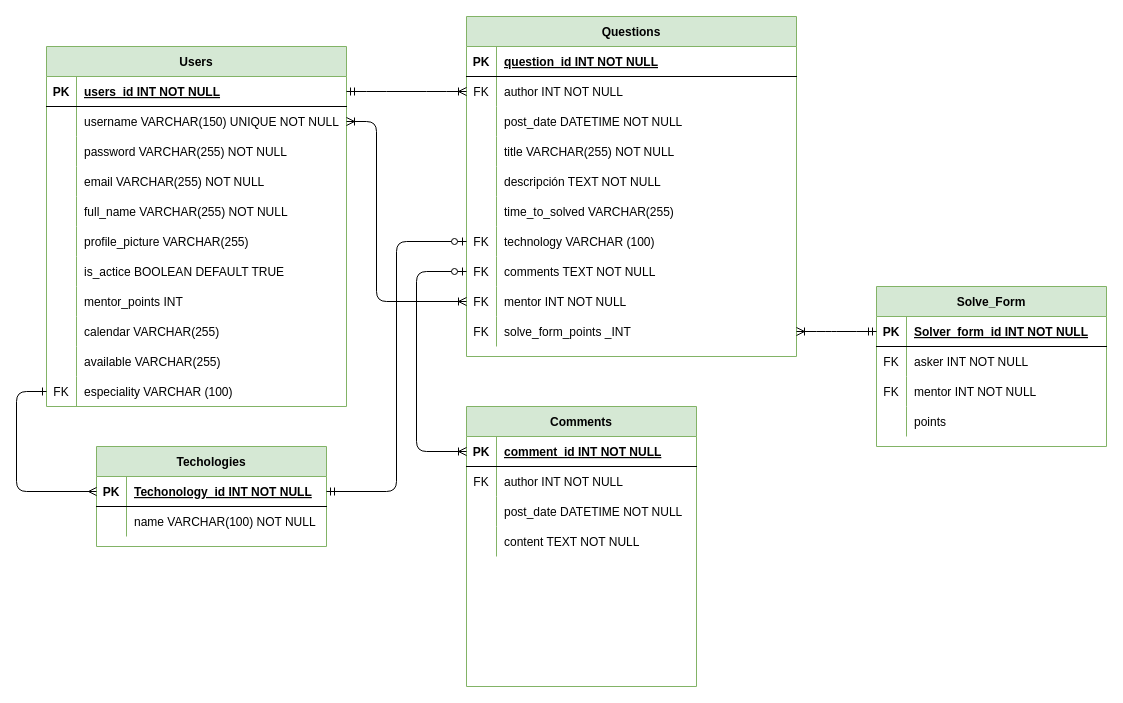
This is ERM/psociety erm.drawio from P-Society-Hackaton-Platzi/hackaton-platzi-master-ERM, a draw.io file, before an edit. Source tidied: cells renumbered, new cells numbered last; positions are measured from the earlier drawing's top-left corner, leaving out a move shared by most shapes. Both pictures are drawn from the tidied source at 100%, with x=0, y=0 at pixel (16, 16).
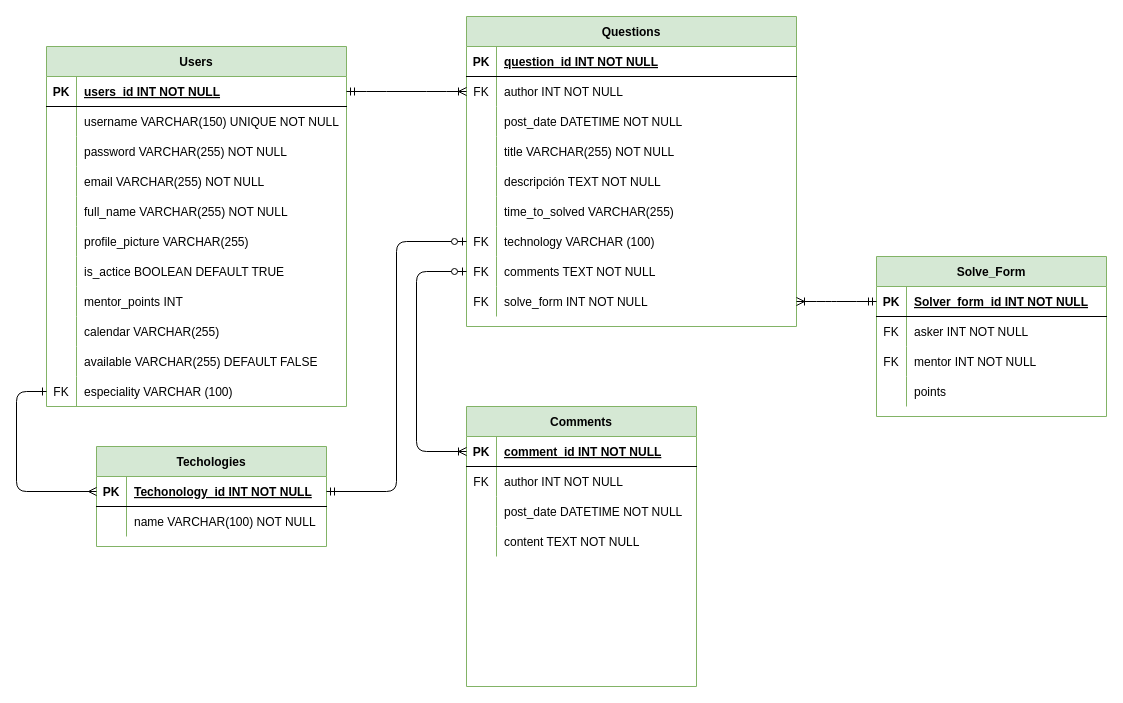
The same diagram, later.

The change refers to these unchanged cells:
```xml
<mxCell id="6" style="shape=partialRectangle;fillColor=none;top=0;left=0;bottom=0;right=0;points=[[0,0.5],[1,0.5]];portConstraint=eastwest;" parent="2" vertex="1">
  <mxGeometry y="60" width="300" height="30" as="geometry" />
</mxCell>
<mxCell id="30" style="shape=partialRectangle;fillColor=none;top=0;left=0;bottom=0;right=0;" parent="2" vertex="1">
  <mxGeometry y="300" width="300" height="30" as="geometry" />
</mxCell>
```

Diff of the diagram source:
```diff
@@
-    <mxCell id="32" value="available VARCHAR(255)" style="shape=partialRectangle;fillColor=none;top=0;left=0;bottom=0;right=0;align=left;spacingLeft=6;overflow=hidden;" parent="30" vertex="1">
+    <mxCell id="32" value="available VARCHAR(255) DEFAULT FALSE" style="shape=partialRectangle;fillColor=none;top=0;left=0;bottom=0;right=0;align=left;spacingLeft=6;overflow=hidden;" parent="30" vertex="1">
       <mxGeometry x="30" width="270" height="30" as="geometry" />
     </mxCell>
@@
     <mxCell id="43" value="Questions" style="shape=table;startSize=30;childLayout=tableLayout;rowLines=0;fontStyle=1;align=center;fillColor=#d5e8d4;strokeColor=#82b366;" parent="1" vertex="1">
-      <mxGeometry x="450" width="330" height="340" as="geometry" />
+      <mxGeometry x="450" width="330" height="310" as="geometry" />
     </mxCell>
@@
-    <mxCell id="68" style="shape=partialRectangle;fillColor=none;top=0;left=0;bottom=0;right=0;points=[[0,0.5],[1,0.5]];portConstraint=eastwest;gradientColor=#ffffff;" parent="43" vertex="1">
-      <mxGeometry y="270" width="330" height="30" as="geometry" />
-    </mxCell>
-    <mxCell id="69" value="FK" style="shape=partialRectangle;fillColor=none;top=0;left=0;bottom=0;right=0;overflow=hidden;gradientColor=#ffffff;" parent="68" vertex="1">
-      <mxGeometry width="30" height="30" as="geometry" />
-    </mxCell>
-    <mxCell id="70" value="mentor INT NOT NULL" style="shape=partialRectangle;fillColor=none;top=0;left=0;bottom=0;right=0;align=left;spacingLeft=6;overflow=hidden;gradientColor=#ffffff;" parent="68" vertex="1">
-      <mxGeometry x="30" width="300" height="30" as="geometry" />
-    </mxCell>
     <mxCell id="71" style="shape=partialRectangle;fillColor=none;top=0;left=0;bottom=0;right=0;points=[[0,0.5],[1,0.5]];portConstraint=eastwest;gradientColor=#ffffff;" parent="43" vertex="1">
-      <mxGeometry y="300" width="330" height="30" as="geometry" />
+      <mxGeometry y="270" width="330" height="30" as="geometry" />
     </mxCell>
@@
-    <mxCell id="73" value="solve_form_points _INT" style="shape=partialRectangle;fillColor=none;top=0;left=0;bottom=0;right=0;align=left;spacingLeft=6;overflow=hidden;gradientColor=#ffffff;" parent="71" vertex="1">
+    <mxCell id="73" value="solve_form INT NOT NULL" style="shape=partialRectangle;fillColor=none;top=0;left=0;bottom=0;right=0;align=left;spacingLeft=6;overflow=hidden;gradientColor=#ffffff;" parent="71" vertex="1">
       <mxGeometry x="30" width="300" height="30" as="geometry" />
     </mxCell>
@@
     <mxCell id="87" value="Solve_Form" style="shape=table;startSize=30;childLayout=tableLayout;rowLines=0;fontStyle=1;align=center;fillColor=#d5e8d4;strokeColor=#82b366;" parent="1" vertex="1">
-      <mxGeometry x="860" y="270" width="230" height="160" as="geometry" />
+      <mxGeometry x="860" y="240" width="230" height="160" as="geometry" />
     </mxCell>
@@
-    <mxCell id="101" style="edgeStyle=elbowEdgeStyle;fontSize=12;html=1;endArrow=ERoneToMany;startArrow=ERoneToMany;strokeColor=#000000;entryX=0;entryY=0.5;entryDx=0;entryDy=0;exitX=1;exitY=0.5;exitDx=0;exitDy=0;" parent="1" edge="1" source="6" target="68">
-      <mxGeometry relative="1" as="geometry">
-        <Array as="points">
-          <mxPoint x="360" y="210" />
-        </Array>
-      </mxGeometry>
-    </mxCell>
```
